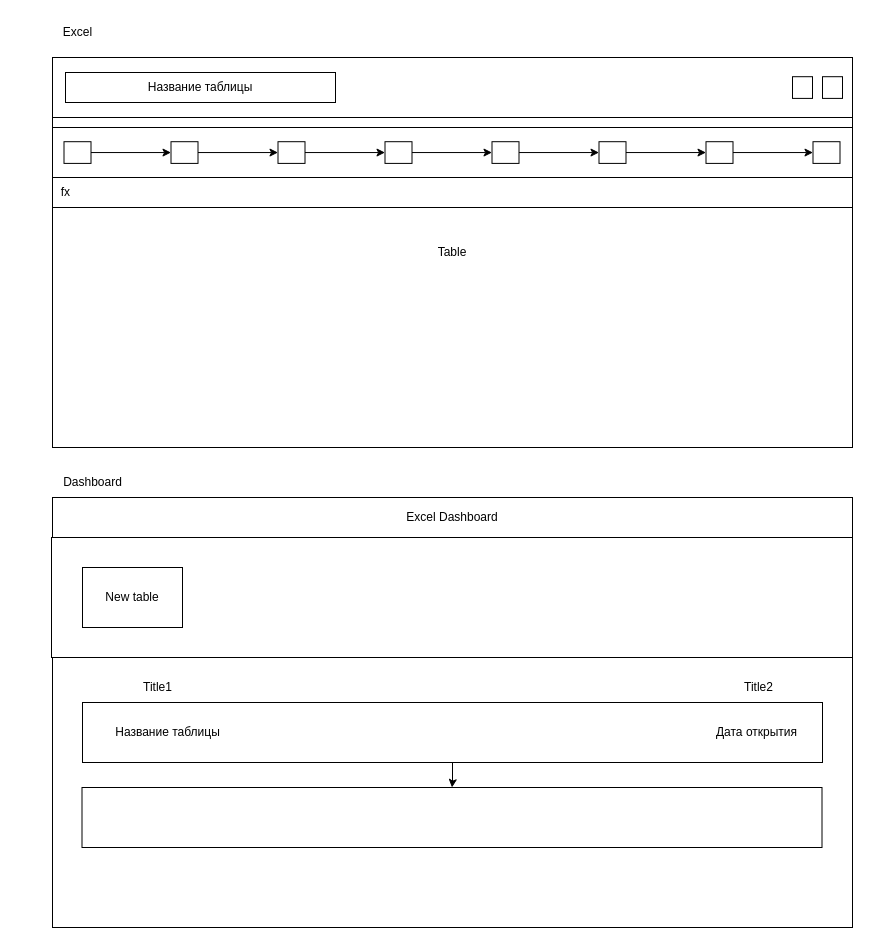
Earlier version of the draw.io diagram result-excel-deagram.drawio (zak427zak/result-excel). Source tidied: cells renumbered, new cells numbered last; positions are measured from the earlier drawing's top-left corner, leaving out a move shared by most shapes. Both pictures are drawn from the tidied source at 100%, with x=0, y=0 at pixel (51, 17).
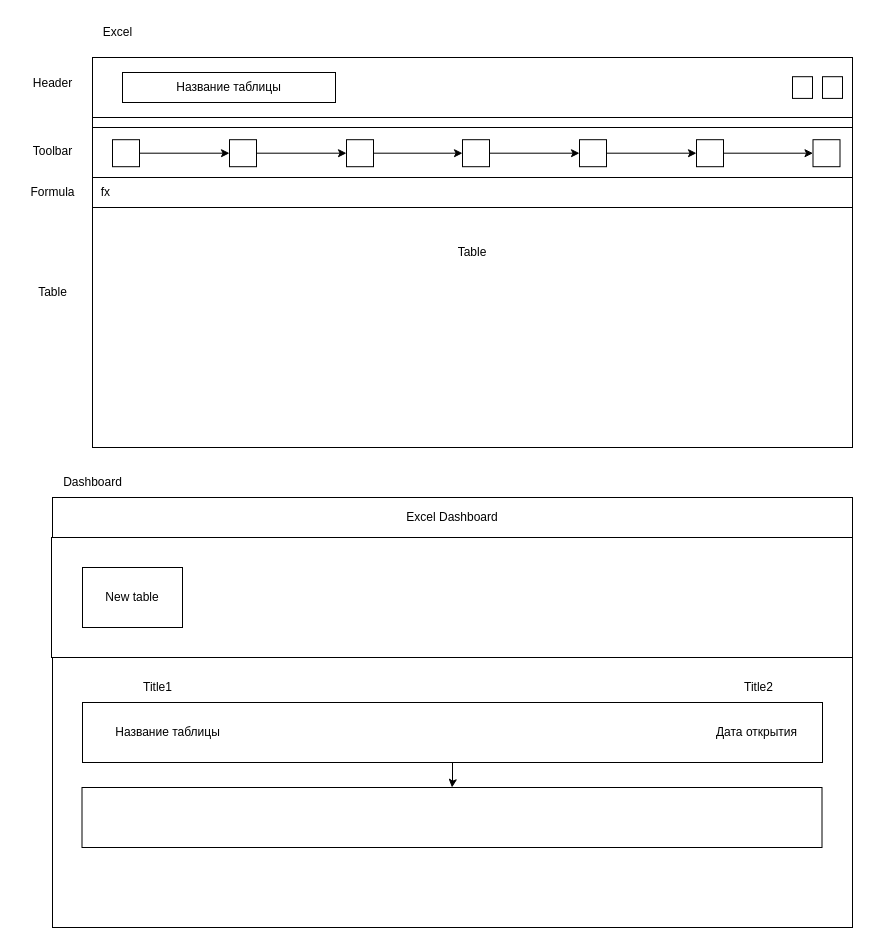
The same diagram, later.

Change to the diagram source:
```diff
@@
     <mxCell id="3" value="Table" style="rounded=0;whiteSpace=wrap;html=1;" parent="1" vertex="1">
-      <mxGeometry x="1" y="40" width="800" height="390" as="geometry" />
+      <mxGeometry x="41" y="40" width="760" height="390" as="geometry" />
     </mxCell>
     <mxCell id="4" style="rounded=0;whiteSpace=wrap;html=1;" parent="1" vertex="1">
-      <mxGeometry x="1" y="40" width="800" height="60" as="geometry" />
+      <mxGeometry x="41" y="40" width="760" height="60" as="geometry" />
     </mxCell>
     <mxCell id="5" value="&lt;div&gt;Excel&lt;/div&gt;" style="text;html=1;align=center;verticalAlign=middle;strokeColor=none;fillColor=none;" parent="1" vertex="1">
-      <mxGeometry x="1" width="50" height="30" as="geometry" />
+      <mxGeometry x="41" width="50" height="30" as="geometry" />
     </mxCell>
@@
     <mxCell id="7" value="Название таблицы" style="rounded=0;whiteSpace=wrap;html=1;" parent="1" vertex="1">
-      <mxGeometry x="14" y="55" width="270" height="30" as="geometry" />
+      <mxGeometry x="71" y="55" width="213" height="30" as="geometry" />
     </mxCell>
@@
     <mxCell id="9" style="rounded=0;whiteSpace=wrap;html=1;" parent="1" vertex="1">
-      <mxGeometry x="1" y="110" width="800" height="50" as="geometry" />
+      <mxGeometry x="41" y="110" width="760" height="50" as="geometry" />
     </mxCell>
-    <mxCell id="10" style="edgeStyle=orthogonalEdgeStyle;rounded=0;jettySize=auto;html=1;" parent="1" edge="1" source="11" target="13">
-      <mxGeometry relative="1" as="geometry" />
-    </mxCell>
-    <mxCell id="11" style="rounded=0;whiteSpace=wrap;html=1;" parent="1" vertex="1">
-      <mxGeometry x="12.5" y="124.2" width="27" height="21.7" as="geometry" />
-    </mxCell>
@@
     <mxCell id="13" style="rounded=0;whiteSpace=wrap;html=1;" parent="1" vertex="1">
-      <mxGeometry x="119.5" y="124.2" width="27" height="21.7" as="geometry" />
+      <mxGeometry x="61" y="122.2" width="27" height="27" as="geometry" />
     </mxCell>
@@
     <mxCell id="15" style="rounded=0;whiteSpace=wrap;html=1;" parent="1" vertex="1">
-      <mxGeometry x="226.5" y="124.2" width="27" height="21.7" as="geometry" />
+      <mxGeometry x="178" y="122.2" width="27" height="27" as="geometry" />
     </mxCell>
@@
     <mxCell id="17" style="rounded=0;whiteSpace=wrap;html=1;" parent="1" vertex="1">
-      <mxGeometry x="333.5" y="124.2" width="27" height="21.7" as="geometry" />
+      <mxGeometry x="295" y="122.2" width="27" height="27" as="geometry" />
     </mxCell>
@@
     <mxCell id="19" style="rounded=0;whiteSpace=wrap;html=1;" parent="1" vertex="1">
-      <mxGeometry x="440.5" y="124.2" width="27" height="21.7" as="geometry" />
+      <mxGeometry x="411" y="122.2" width="27" height="27" as="geometry" />
     </mxCell>
@@
     <mxCell id="21" style="rounded=0;whiteSpace=wrap;html=1;" parent="1" vertex="1">
-      <mxGeometry x="547.5" y="124.2" width="27" height="21.7" as="geometry" />
+      <mxGeometry x="528" y="122.2" width="27" height="27" as="geometry" />
     </mxCell>
@@
     <mxCell id="23" style="rounded=0;whiteSpace=wrap;html=1;" parent="1" vertex="1">
-      <mxGeometry x="654.5" y="124.2" width="27" height="21.7" as="geometry" />
+      <mxGeometry x="645" y="122.2" width="27" height="27" as="geometry" />
     </mxCell>
     <mxCell id="24" style="rounded=0;whiteSpace=wrap;html=1;" parent="1" vertex="1">
-      <mxGeometry x="761.5" y="124.2" width="27" height="21.7" as="geometry" />
+      <mxGeometry x="761.5" y="122.2" width="27" height="27" as="geometry" />
     </mxCell>
     <mxCell id="25" value="&lt;div align=&quot;left&quot;&gt;&amp;nbsp; fx&lt;/div&gt;" style="rounded=0;whiteSpace=wrap;html=1;align=left;" parent="1" vertex="1">
-      <mxGeometry x="1" y="160" width="800" height="30" as="geometry" />
+      <mxGeometry x="41" y="160" width="760" height="30" as="geometry" />
     </mxCell>
@@
+    <mxCell id="38" value="Header" style="text;html=1;align=center;verticalAlign=middle;strokeColor=none;fillColor=none;" parent="1" vertex="1">
+      <mxGeometry x="-29" y="50.8" width="60" height="30" as="geometry" />
+    </mxCell>
+    <mxCell id="39" value="Toolbar" style="text;html=1;align=center;verticalAlign=middle;strokeColor=none;fillColor=none;" parent="1" vertex="1">
+      <mxGeometry x="-29.5" y="119.2" width="60" height="30" as="geometry" />
+    </mxCell>
+    <mxCell id="40" value="Formula" style="text;html=1;align=center;verticalAlign=middle;strokeColor=none;fillColor=none;" parent="1" vertex="1">
+      <mxGeometry x="-34.5" y="160" width="70" height="30" as="geometry" />
+    </mxCell>
+    <mxCell id="41" value="Table" style="text;html=1;align=center;verticalAlign=middle;strokeColor=none;fillColor=none;" parent="1" vertex="1">
+      <mxGeometry x="-24" y="260" width="50" height="30" as="geometry" />
+    </mxCell>
```
